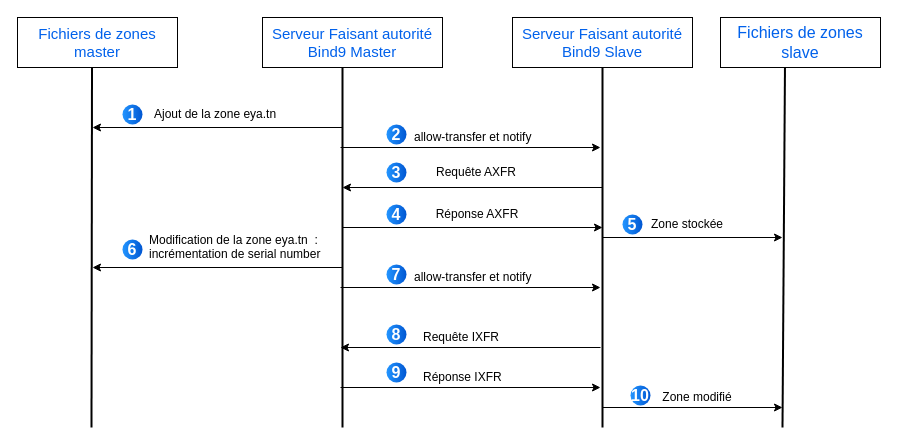
Earlier version of the draw.io diagram transfertDeZone.drawio (eya-harbaoui/Diagramms). Source tidied: cells renumbered, new cells numbered last; positions are measured from the earlier drawing's top-left corner, leaving out a move shared by most shapes. Both pictures are drawn from the tidied source at 100%, with x=0, y=0 at pixel (17, 17).
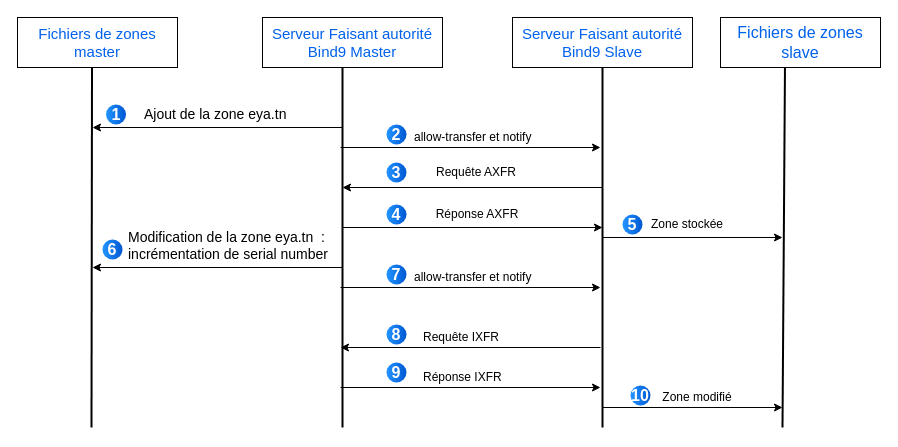
After the change.

Commit message (it also covers changes not shown here):
Mettre à jour transfertDeZone.drawio

Change to the diagram source:
```diff
@@
-    <mxCell id="6" value="Ajout de la zone&amp;nbsp;&lt;span style=&quot;background-color: initial;&quot;&gt;eya.tn&amp;nbsp;&lt;/span&gt;" style="text;html=1;align=left;verticalAlign=middle;whiteSpace=wrap;rounded=0;" parent="1" vertex="1">
-      <mxGeometry x="135" y="67" width="130" height="60" as="geometry" />
+    <mxCell id="6" value="&lt;font style=&quot;font-size: 14px;&quot;&gt;Ajout de la zone&amp;nbsp;&lt;span style=&quot;background-color: initial;&quot;&gt;eya.tn&amp;nbsp;&lt;/span&gt;&lt;/font&gt;" style="text;html=1;align=left;verticalAlign=middle;whiteSpace=wrap;rounded=0;" parent="1" vertex="1">
+      <mxGeometry x="125" y="67" width="180" height="60" as="geometry" />
     </mxCell>
@@
-    <mxCell id="11" value="Modification de la zone&amp;nbsp;&lt;span style=&quot;background-color: initial;&quot;&gt;eya.tn&amp;nbsp; : incrémentation de serial number&lt;/span&gt;&lt;div&gt;&lt;br&gt;&lt;/div&gt;" style="text;html=1;align=left;verticalAlign=middle;whiteSpace=wrap;rounded=0;" parent="1" vertex="1">
-      <mxGeometry x="130" y="197" width="239" height="80" as="geometry" />
+    <mxCell id="11" value="&lt;font style=&quot;font-size: 14px;&quot;&gt;Modification de la zone&amp;nbsp;&lt;span style=&quot;background-color: initial;&quot;&gt;eya.tn&amp;nbsp; : incrémentation de serial number&lt;/span&gt;&lt;/font&gt;&lt;div style=&quot;font-size: 14px;&quot;&gt;&lt;br&gt;&lt;/div&gt;" style="text;html=1;align=left;verticalAlign=middle;whiteSpace=wrap;rounded=0;" parent="1" vertex="1">
+      <mxGeometry x="108.5" y="197" width="239" height="80" as="geometry" />
     </mxCell>
@@
     <mxCell id="30" value="1" style="ellipse;whiteSpace=wrap;html=1;rotation=0;gradientColor=#0057D2;strokeColor=none;gradientDirection=east;fillColor=#2395FF;rounded=0;fontFamily=Helvetica;fontSize=16;fontColor=#FFFFFF;spacingTop=4;spacingBottom=4;spacingLeft=4;spacingRight=4;fontStyle=1;" parent="1" vertex="1">
-      <mxGeometry x="105" y="87" width="20" height="20" as="geometry" />
+      <mxGeometry x="88.5" y="87" width="20" height="20" as="geometry" />
     </mxCell>
@@
     <mxCell id="35" value="6" style="ellipse;whiteSpace=wrap;html=1;rotation=0;gradientColor=#0057D2;strokeColor=none;gradientDirection=east;fillColor=#2395FF;rounded=0;fontFamily=Helvetica;fontSize=16;fontColor=#FFFFFF;spacingTop=4;spacingBottom=4;spacingLeft=4;spacingRight=4;fontStyle=1;" parent="1" vertex="1">
-      <mxGeometry x="105" y="222" width="20" height="20" as="geometry" />
+      <mxGeometry x="85" y="222" width="20" height="20" as="geometry" />
     </mxCell>
```
